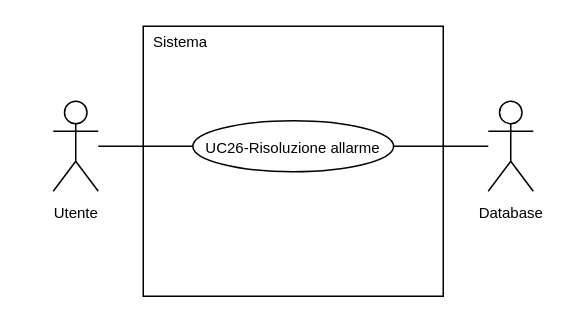
Earlier version of the draw.io diagram 2-RTB/Documenti_esterni/Analisi_dei_requisiti/draw.io/UC26.drawio (SnakeByteTeam/snakebyteteam.github.io). Source tidied: cells renumbered, new cells numbered last; positions are measured from the earlier drawing's top-left corner, leaving out a move shared by most shapes. Both pictures are drawn from the tidied source at 150%, with x=0, y=0 at pixel (52, 26).
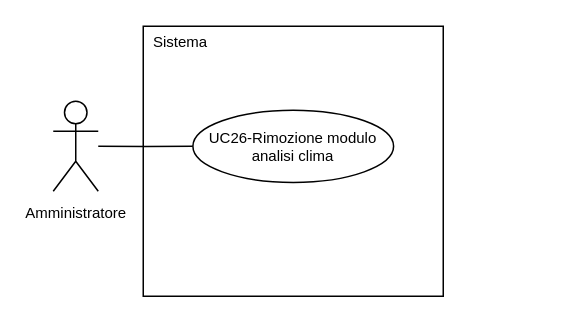
Above is the later version.

Change to the diagram source:
```diff
@@
 <mxGraphModel>
   <root>
     <mxCell id="0" />
     <mxCell id="1" parent="0" />
-    <mxCell id="2" value="&lt;font style=&quot;font-size: 10px; line-height: 100%;&quot;&gt;Utente&lt;/font&gt;" style="shape=umlActor;verticalLabelPosition=bottom;verticalAlign=top;html=1;outlineConnect=0;" parent="1" vertex="1">
+    <mxCell id="2" value="&lt;font style=&quot;font-size: 10px; line-height: 100%;&quot;&gt;Amministratore&lt;/font&gt;" style="shape=umlActor;verticalLabelPosition=bottom;verticalAlign=top;html=1;outlineConnect=0;" parent="1" vertex="1">
       <mxGeometry y="50" width="30" height="60" as="geometry" />
     </mxCell>
     <mxCell id="3" style="rounded=0;whiteSpace=wrap;html=1;" parent="1" vertex="1">
       <mxGeometry x="60" width="200" height="180" as="geometry" />
     </mxCell>
     <mxCell id="4" style="edgeStyle=orthogonalEdgeStyle;rounded=0;jettySize=auto;html=1;exitX=0;exitY=0.5;exitDx=0;exitDy=0;endArrow=none;endFill=0;" parent="1" edge="1" source="5" target="2">
       <mxGeometry relative="1" as="geometry" />
     </mxCell>
-    <mxCell id="5" value="&lt;div style=&quot;line-height: 100%;&quot;&gt;&lt;font style=&quot;line-height: 100%; font-size: 10px;&quot;&gt;UC26-Risoluzione allarme&lt;br&gt;&lt;/font&gt;&lt;/div&gt;" style="ellipse;whiteSpace=wrap;html=1;" parent="1" vertex="1">
-      <mxGeometry x="93.1" y="63" width="133.8" height="34" as="geometry" />
+    <mxCell id="5" value="&lt;div style=&quot;line-height: 100%;&quot;&gt;&lt;font style=&quot;line-height: 100%; font-size: 10px;&quot;&gt;UC26-Rimozione modulo&lt;/font&gt;&lt;/div&gt;&lt;div style=&quot;line-height: 100%;&quot;&gt;&lt;span style=&quot;font-size: 10px;&quot;&gt;analisi clima&lt;/span&gt;&lt;/div&gt;" style="ellipse;whiteSpace=wrap;html=1;" parent="1" vertex="1">
+      <mxGeometry x="93.1" y="56" width="133.8" height="48.1" as="geometry" />
     </mxCell>
     <mxCell id="6" value="&lt;font style=&quot;font-size: 10px;&quot;&gt;Sistema&lt;/font&gt;" style="text;html=1;whiteSpace=wrap;strokeColor=none;fillColor=none;align=center;verticalAlign=middle;rounded=0;" parent="1" vertex="1">
       <mxGeometry x="60" width="50" height="20" as="geometry" />
     </mxCell>
-    <mxCell id="7" style="edgeStyle=orthogonalEdgeStyle;rounded=0;jettySize=auto;html=1;endArrow=none;endFill=0;" parent="1" edge="1" source="8" target="5">
-      <mxGeometry relative="1" as="geometry" />
-    </mxCell>
-    <mxCell id="8" value="&lt;font style=&quot;font-size: 10px; line-height: 100%;&quot;&gt;Database&lt;/font&gt;" style="shape=umlActor;verticalLabelPosition=bottom;verticalAlign=top;html=1;outlineConnect=0;" parent="1" vertex="1">
-      <mxGeometry x="290" y="50" width="30" height="60" as="geometry" />
-    </mxCell>
   </root>
 </mxGraphModel>
```
